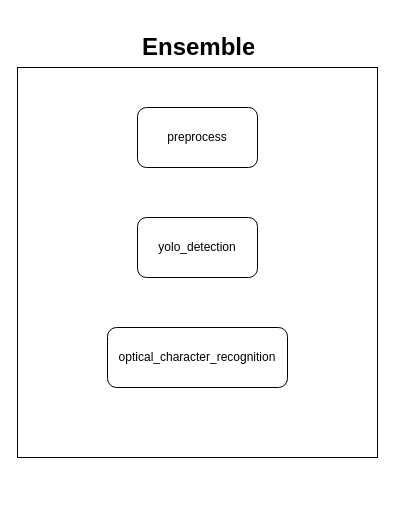
The draw.io diagram licence-plate-triton-server-ensemble.drawio in rushai-dev/licence-plate-triton-server-ensemble, before the edit. Source tidied: cells renumbered, new cells numbered last; positions are measured from the earlier drawing's top-left corner, leaving out a move shared by most shapes. Both pictures are drawn from the tidied source at 100%, with x=0, y=0 at pixel (17, 27). Pictures stored in the file or linked from it are replaced by grey dashed boxes.
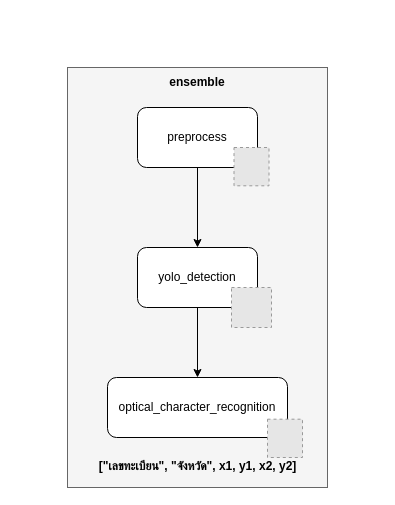
After the change.

What changed in the source:
```diff
@@
 <mxGraphModel>
   <root>
     <mxCell id="0" />
     <mxCell id="1" parent="0" />
-    <mxCell id="2" style="rounded=0;whiteSpace=wrap;html=1;" parent="1" vertex="1">
-      <mxGeometry y="40" width="360" height="390" as="geometry" />
+    <mxCell id="2" style="rounded=0;whiteSpace=wrap;html=1;fillColor=#f5f5f5;strokeColor=#666666;fontColor=#333333;" parent="1" vertex="1">
+      <mxGeometry x="50" y="40" width="260" height="420" as="geometry" />
     </mxCell>
+    <mxCell id="7" style="edgeStyle=orthogonalEdgeStyle;rounded=0;jettySize=auto;html=1;entryX=0.5;entryY=0;entryDx=0;entryDy=0;" parent="1" edge="1" source="3" target="4">
+      <mxGeometry relative="1" as="geometry" />
+    </mxCell>
     <mxCell id="3" value="preprocess" style="rounded=1;whiteSpace=wrap;html=1;" parent="1" vertex="1">
       <mxGeometry x="120" y="80" width="120" height="60" as="geometry" />
     </mxCell>
+    <mxCell id="8" style="edgeStyle=orthogonalEdgeStyle;rounded=0;jettySize=auto;html=1;entryX=0.5;entryY=0;entryDx=0;entryDy=0;" parent="1" edge="1" source="4" target="5">
+      <mxGeometry relative="1" as="geometry" />
+    </mxCell>
     <mxCell id="4" value="yolo_detection" style="rounded=1;whiteSpace=wrap;html=1;" parent="1" vertex="1">
-      <mxGeometry x="120" y="190" width="120" height="60" as="geometry" />
+      <mxGeometry x="120" y="220" width="120" height="60" as="geometry" />
     </mxCell>
     <mxCell id="5" value="optical_character_recognition" style="rounded=1;whiteSpace=wrap;html=1;" parent="1" vertex="1">
-      <mxGeometry x="90" y="300" width="180" height="60" as="geometry" />
+      <mxGeometry x="90" y="350" width="180" height="60" as="geometry" />
     </mxCell>
-    <mxCell id="6" value="&lt;h1&gt;Ensemble&lt;/h1&gt;" style="text;html=1;strokeColor=none;fillColor=none;spacing=5;spacingTop=-20;whiteSpace=wrap;overflow=hidden;rounded=0;" parent="1" vertex="1">
-      <mxGeometry x="120" width="120" height="40" as="geometry" />
+    <mxCell id="6" value="&lt;h1 style=&quot;font-size: 12px;&quot;&gt;ensemble&lt;/h1&gt;" style="text;html=1;strokeColor=none;fillColor=none;spacing=5;spacingTop=-20;whiteSpace=wrap;overflow=hidden;rounded=0;fontSize=12;align=center;" parent="1" vertex="1">
+      <mxGeometry x="120" y="50" width="120" height="40" as="geometry" />
     </mxCell>
+    <mxCell id="9" style="fillColor=#E6E6E6;strokeColor=#999999;dashed=1;verticalLabelPosition=bottom;labelBackgroundColor=default;verticalAlign=top;" parent="1" vertex="1">
+      <mxGeometry x="214" y="260" width="40" height="40" as="geometry" />
+    </mxCell>
+    <mxCell id="10" style="fillColor=#E6E6E6;strokeColor=#999999;dashed=1;verticalLabelPosition=bottom;labelBackgroundColor=default;verticalAlign=top;" parent="1" vertex="1">
+      <mxGeometry x="216.5" y="120" width="35" height="38.3" as="geometry" />
+    </mxCell>
+    <mxCell id="11" style="fillColor=#E6E6E6;strokeColor=#999999;dashed=1;verticalLabelPosition=bottom;labelBackgroundColor=default;verticalAlign=top;" parent="1" vertex="1">
+      <mxGeometry x="250" y="391.7" width="35" height="38.3" as="geometry" />
+    </mxCell>
+    <mxCell id="12" value="[&quot;เลขทะเบียน&quot;, &quot;จังหวัด&quot;, x1, y1, x2, y2]" style="text;html=1;align=center;verticalAlign=middle;strokeColor=none;fillColor=none;fontStyle=1;" parent="1" vertex="1">
+      <mxGeometry x="65" y="424" width="230" height="30" as="geometry" />
+    </mxCell>
   </root>
 </mxGraphModel>
```
